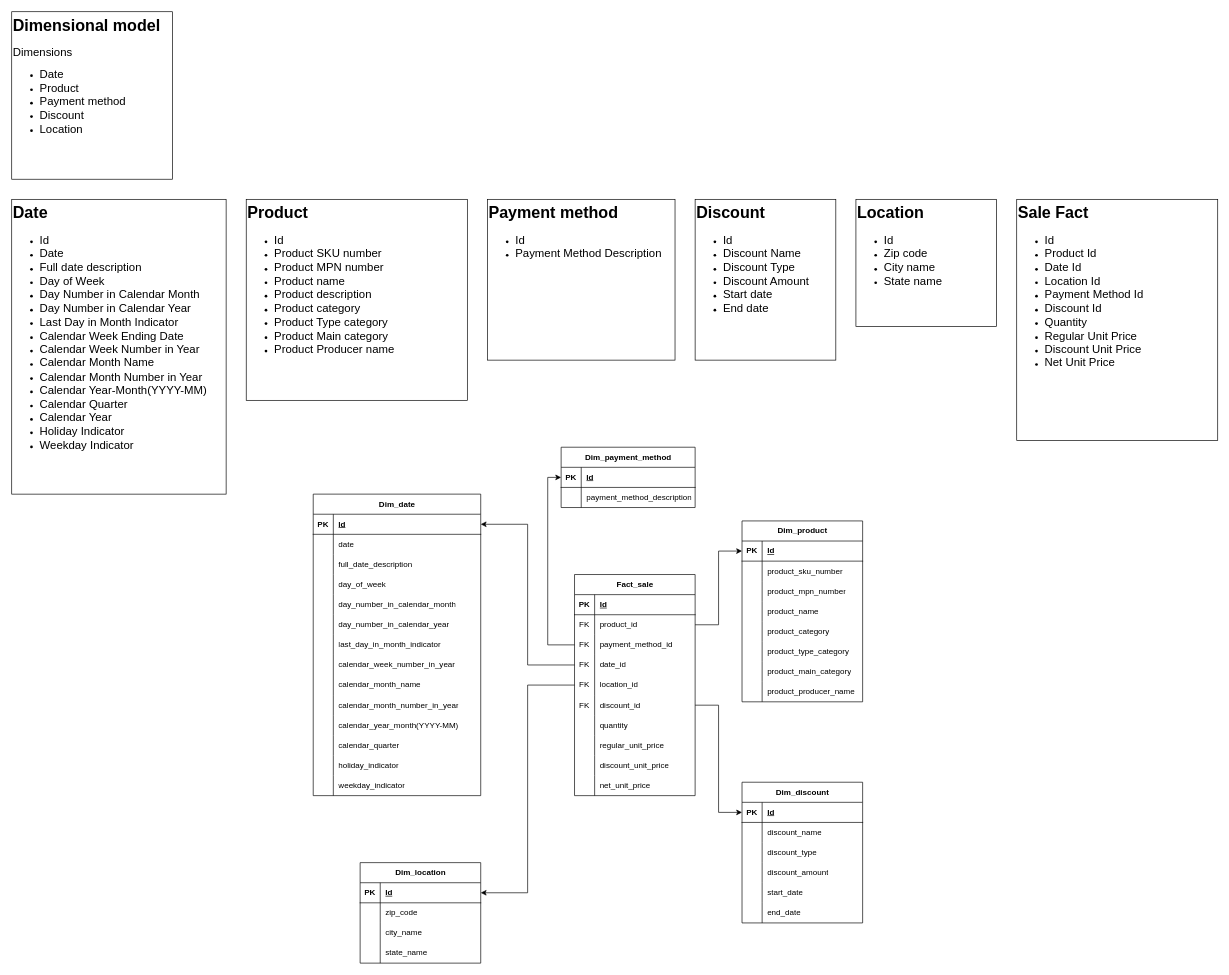
The draw.io diagram db/komplett_dwh_ERD.drawio in mats-bb/DataAnalysis-OLTP-DWH, before the edit. Source tidied: cells renumbered, new cells numbered last; positions are measured from the earlier drawing's top-left corner, leaving out a move shared by most shapes. Both pictures are drawn from the tidied source at 67%, with x=0, y=0 at pixel (11, 11).
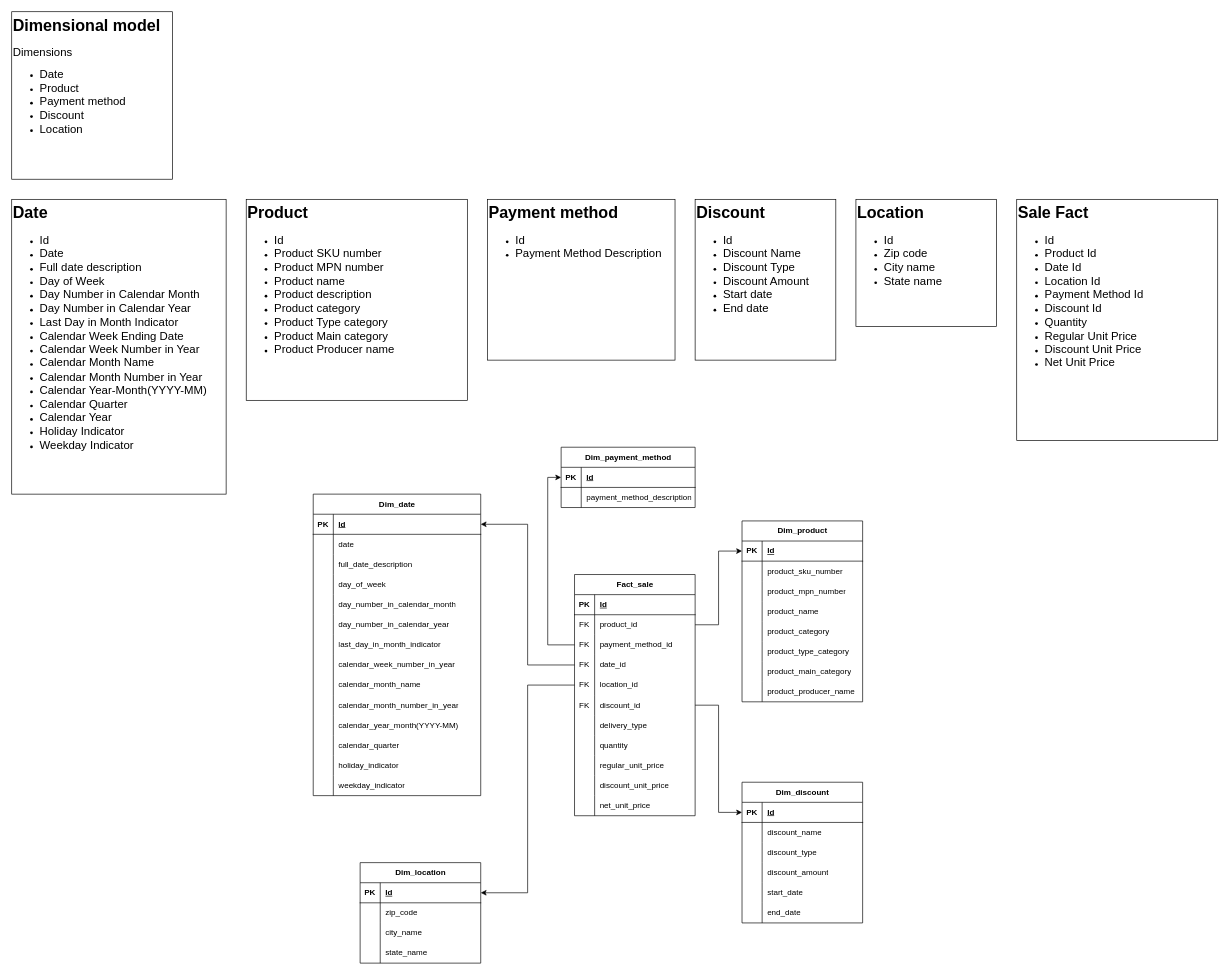
The same page after the edit.

What changed in the source:
```diff
@@
     <mxCell id="9" value="Fact_sale" style="shape=table;startSize=30;childLayout=tableLayout;rowLines=0;fontStyle=1;align=center;html=1;" parent="1" vertex="1">
-      <mxGeometry x="840" y="840" width="180" height="330" as="geometry" />
+      <mxGeometry x="840" y="840" width="180" height="360" as="geometry" />
     </mxCell>
@@
+    <mxCell id="152" style="shape=tableRow;horizontal=0;startSize=0;swimlaneHead=0;swimlaneBody=0;fillColor=none;top=0;left=0;right=0;bottom=0;" parent="9" vertex="1">
+      <mxGeometry y="210" width="180" height="30" as="geometry" />
+    </mxCell>
+    <mxCell id="153" style="shape=partialRectangle;fillColor=none;top=0;left=0;bottom=0;right=0;overflow=hidden;whiteSpace=wrap;html=1;" parent="152" vertex="1">
+      <mxGeometry width="30" height="30" as="geometry" />
+    </mxCell>
+    <mxCell id="154" value="delivery_type" style="shape=partialRectangle;fillColor=none;top=0;left=0;bottom=0;right=0;align=left;spacingLeft=6;overflow=hidden;whiteSpace=wrap;html=1;" parent="152" vertex="1">
+      <mxGeometry x="30" width="150" height="30" as="geometry" />
+    </mxCell>
     <mxCell id="28" style="shape=tableRow;horizontal=0;startSize=0;swimlaneHead=0;swimlaneBody=0;fillColor=none;top=0;left=0;right=0;bottom=0;" parent="9" vertex="1">
-      <mxGeometry y="210" width="180" height="30" as="geometry" />
+      <mxGeometry y="240" width="180" height="30" as="geometry" />
     </mxCell>
@@
     <mxCell id="31" style="shape=tableRow;horizontal=0;startSize=0;swimlaneHead=0;swimlaneBody=0;fillColor=none;top=0;left=0;right=0;bottom=0;" parent="9" vertex="1">
-      <mxGeometry y="240" width="180" height="30" as="geometry" />
+      <mxGeometry y="270" width="180" height="30" as="geometry" />
     </mxCell>
@@
     <mxCell id="34" style="shape=tableRow;horizontal=0;startSize=0;swimlaneHead=0;swimlaneBody=0;fillColor=none;top=0;left=0;right=0;bottom=0;" parent="9" vertex="1">
-      <mxGeometry y="270" width="180" height="30" as="geometry" />
+      <mxGeometry y="300" width="180" height="30" as="geometry" />
     </mxCell>
@@
     <mxCell id="37" style="shape=tableRow;horizontal=0;startSize=0;swimlaneHead=0;swimlaneBody=0;fillColor=none;top=0;left=0;right=0;bottom=0;" parent="9" vertex="1">
-      <mxGeometry y="300" width="180" height="30" as="geometry" />
+      <mxGeometry y="330" width="180" height="30" as="geometry" />
     </mxCell>
```
